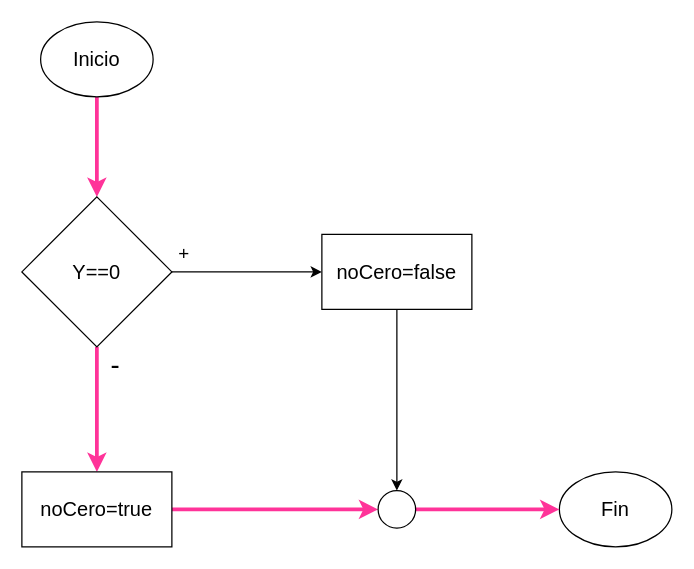
Above: grafoCamino.drawio in mpaulaherrero/IS (draw.io), before the change. Source tidied: cells renumbered, new cells numbered last; positions are measured from the earlier drawing's top-left corner, leaving out a move shared by most shapes. Both pictures are drawn from the tidied source at 125%, with x=0, y=0 at pixel (21, 21).
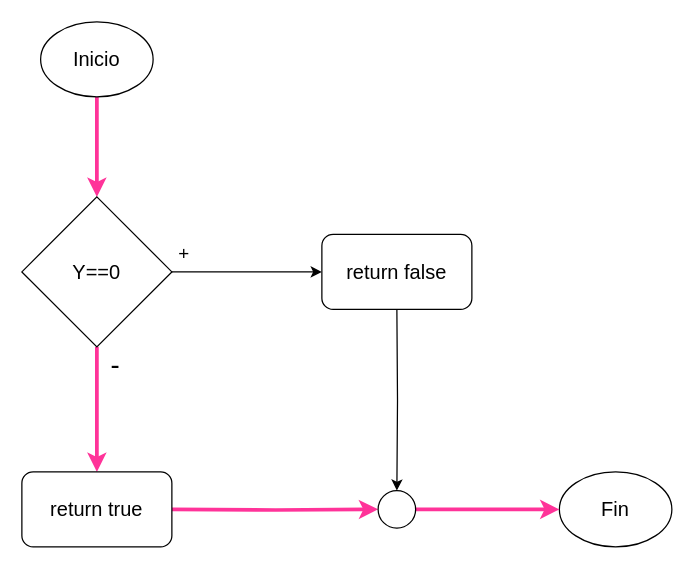
Above is the later version.

What changed in the source:
```diff
@@
 <mxGraphModel>
   <root>
     <mxCell id="0" />
     <mxCell id="1" parent="0" />
     <mxCell id="2" style="edgeStyle=orthogonalEdgeStyle;rounded=0;jettySize=auto;html=1;strokeColor=#FF3399;strokeWidth=3;" parent="1" edge="1" source="3" target="7">
       <mxGeometry relative="1" as="geometry" />
     </mxCell>
     <mxCell id="3" value="Inicio" style="ellipse;whiteSpace=wrap;html=1;fontSize=16;" parent="1" vertex="1">
       <mxGeometry x="15" width="90" height="60" as="geometry" />
     </mxCell>
     <mxCell id="4" value="Fin" style="ellipse;whiteSpace=wrap;html=1;fontSize=16;" parent="1" vertex="1">
       <mxGeometry x="430" y="360" width="90" height="60" as="geometry" />
     </mxCell>
-    <mxCell id="5" style="edgeStyle=orthogonalEdgeStyle;rounded=0;jettySize=auto;html=1;strokeColor=#FF3399;strokeWidth=3;" parent="1" edge="1" source="7" target="11">
-      <mxGeometry relative="1" as="geometry" />
+    <mxCell id="5" style="edgeStyle=orthogonalEdgeStyle;rounded=0;jettySize=auto;html=1;strokeColor=#FF3399;strokeWidth=3;" parent="1" edge="1" source="7">
+      <mxGeometry relative="1" as="geometry">
+        <mxPoint x="60" y="360" as="targetPoint" />
+      </mxGeometry>
     </mxCell>
-    <mxCell id="6" style="edgeStyle=orthogonalEdgeStyle;rounded=0;jettySize=auto;html=1;exitX=1;exitY=0.5;exitDx=0;exitDy=0;" parent="1" edge="1" source="7" target="9">
-      <mxGeometry relative="1" as="geometry" />
+    <mxCell id="6" style="edgeStyle=orthogonalEdgeStyle;rounded=0;jettySize=auto;html=1;exitX=1;exitY=0.5;exitDx=0;exitDy=0;" parent="1" edge="1" source="7">
+      <mxGeometry relative="1" as="geometry">
+        <mxPoint x="240" y="200" as="targetPoint" />
+      </mxGeometry>
     </mxCell>
     <mxCell id="7" value="Y==0" style="rhombus;whiteSpace=wrap;html=1;fontSize=16;" parent="1" vertex="1">
       <mxGeometry y="140" width="120" height="120" as="geometry" />
     </mxCell>
-    <mxCell id="8" style="edgeStyle=orthogonalEdgeStyle;rounded=0;jettySize=auto;html=1;entryX=0.5;entryY=0;entryDx=0;entryDy=0;" parent="1" edge="1" source="9" target="13">
-      <mxGeometry relative="1" as="geometry" />
+    <mxCell id="8" style="edgeStyle=orthogonalEdgeStyle;rounded=0;jettySize=auto;html=1;entryX=0.5;entryY=0;entryDx=0;entryDy=0;" parent="1" edge="1" target="13">
+      <mxGeometry relative="1" as="geometry">
+        <mxPoint x="300" y="230" as="sourcePoint" />
+      </mxGeometry>
     </mxCell>
-    <mxCell id="9" value="noCero=false" style="rounded=0;whiteSpace=wrap;html=1;fontSize=16;" parent="1" vertex="1">
-      <mxGeometry x="240" y="170" width="120" height="60" as="geometry" />
-    </mxCell>
-    <mxCell id="10" style="edgeStyle=orthogonalEdgeStyle;rounded=0;jettySize=auto;html=1;entryX=0;entryY=0.5;entryDx=0;entryDy=0;strokeColor=#FF3399;strokeWidth=3;" parent="1" edge="1" source="11" target="13">
-      <mxGeometry relative="1" as="geometry" />
+    <mxCell id="10" style="edgeStyle=orthogonalEdgeStyle;rounded=0;jettySize=auto;html=1;entryX=0;entryY=0.5;entryDx=0;entryDy=0;strokeColor=#FF3399;strokeWidth=3;" parent="1" edge="1" target="13">
+      <mxGeometry relative="1" as="geometry">
+        <mxPoint x="120" y="390" as="sourcePoint" />
+      </mxGeometry>
     </mxCell>
-    <mxCell id="11" value="noCero=true" style="rounded=0;whiteSpace=wrap;html=1;fontSize=16;" parent="1" vertex="1">
-      <mxGeometry y="360" width="120" height="60" as="geometry" />
-    </mxCell>
     <mxCell id="12" style="edgeStyle=orthogonalEdgeStyle;rounded=0;jettySize=auto;html=1;strokeColor=#FF3399;strokeWidth=3;" parent="1" edge="1" source="13" target="4">
       <mxGeometry relative="1" as="geometry" />
     </mxCell>
     <mxCell id="13" style="ellipse;whiteSpace=wrap;html=1;" parent="1" vertex="1">
       <mxGeometry x="285" y="375" width="30" height="30" as="geometry" />
     </mxCell>
     <mxCell id="14" value="+" style="text;html=1;strokeColor=none;fillColor=none;align=center;verticalAlign=middle;whiteSpace=wrap;rounded=0;fontSize=15;" parent="1" vertex="1">
       <mxGeometry x="100" y="170" width="60" height="30" as="geometry" />
     </mxCell>
     <mxCell id="15" value="-" style="text;html=1;strokeColor=none;fillColor=none;align=center;verticalAlign=middle;whiteSpace=wrap;rounded=0;fontSize=22;" parent="1" vertex="1">
       <mxGeometry x="45" y="260" width="60" height="30" as="geometry" />
     </mxCell>
+    <mxCell id="16" value="return false" style="rounded=1;whiteSpace=wrap;html=1;fontSize=16;" parent="1" vertex="1">
+      <mxGeometry x="240" y="170" width="120" height="60" as="geometry" />
+    </mxCell>
+    <mxCell id="17" value="return true" style="rounded=1;whiteSpace=wrap;html=1;fontSize=16;" parent="1" vertex="1">
+      <mxGeometry y="360" width="120" height="60" as="geometry" />
+    </mxCell>
   </root>
 </mxGraphModel>
```
